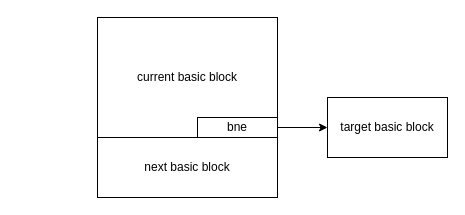
This is page "Page-6" (6 of 43) of lajit.drawio from ganjue66da/ganjue66da, a draw.io file, before an edit. Source tidied: cells renumbered, new cells numbered last; positions are measured from the earlier drawing's top-left corner, leaving out a move shared by most shapes. Both pictures are drawn from the tidied source at 100%, with x=0, y=0 at pixel (97, 17).
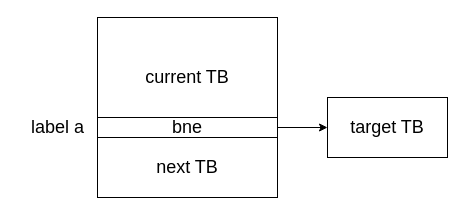
The same diagram, later.

Change to the diagram source:
```diff
@@
 <mxGraphModel>
   <root>
     <mxCell id="0" />
     <mxCell id="1" parent="0" />
-    <mxCell id="2" value="current basic block" style="rounded=0;whiteSpace=wrap;html=1;" parent="1" vertex="1">
+    <mxCell id="2" value="&lt;font style=&quot;font-size: 18px;&quot;&gt;current TB&lt;/font&gt;" style="rounded=0;whiteSpace=wrap;html=1;" parent="1" vertex="1">
       <mxGeometry width="180" height="120" as="geometry" />
     </mxCell>
     <mxCell id="3" style="edgeStyle=orthogonalEdgeStyle;rounded=0;jettySize=auto;html=1;exitX=1;exitY=0.5;exitDx=0;exitDy=0;entryX=0;entryY=0.5;entryDx=0;entryDy=0;" parent="1" edge="1" source="4" target="5">
       <mxGeometry relative="1" as="geometry" />
     </mxCell>
+    <mxCell id="7" style="edgeStyle=orthogonalEdgeStyle;rounded=0;jettySize=auto;html=1;" parent="1" edge="1" source="4" target="6">
+      <mxGeometry relative="1" as="geometry" />
+    </mxCell>
-    <mxCell id="4" value="bne" style="rounded=0;whiteSpace=wrap;html=1;" parent="1" vertex="1">
-      <mxGeometry x="100" y="100" width="80" height="20" as="geometry" />
+    <mxCell id="4" value="&lt;font style=&quot;font-size: 18px;&quot;&gt;bne&lt;/font&gt;" style="rounded=0;whiteSpace=wrap;html=1;" parent="1" vertex="1">
+      <mxGeometry y="100" width="180" height="20" as="geometry" />
     </mxCell>
-    <mxCell id="5" value="target basic block" style="rounded=0;whiteSpace=wrap;html=1;" parent="1" vertex="1">
+    <mxCell id="5" value="&lt;font style=&quot;font-size: 18px;&quot;&gt;target TB&lt;/font&gt;" style="rounded=0;whiteSpace=wrap;html=1;" parent="1" vertex="1">
       <mxGeometry x="230" y="80" width="120" height="60" as="geometry" />
     </mxCell>
-    <mxCell id="6" value="next basic block" style="rounded=0;whiteSpace=wrap;html=1;" parent="1" vertex="1">
+    <mxCell id="6" value="&lt;font style=&quot;font-size: 18px;&quot;&gt;next TB&lt;/font&gt;" style="rounded=0;whiteSpace=wrap;html=1;" parent="1" vertex="1">
       <mxGeometry y="120" width="180" height="60" as="geometry" />
     </mxCell>
+    <mxCell id="8" value="&lt;font style=&quot;font-size: 18px;&quot;&gt;label a&lt;/font&gt;" style="text;html=1;align=center;verticalAlign=middle;strokeColor=none;fillColor=none;" parent="1" vertex="1">
+      <mxGeometry x="-80" y="90" width="80" height="40" as="geometry" />
+    </mxCell>
   </root>
 </mxGraphModel>
```
